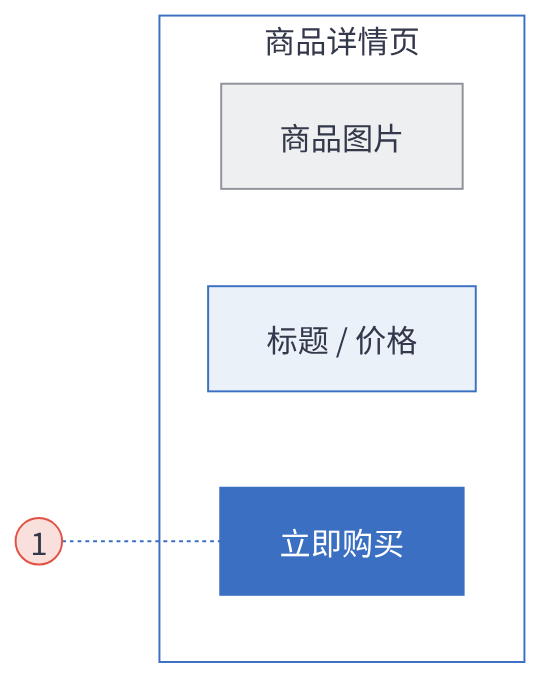
huang-hee/diagram-kit keeps this Mermaid diagram as docs/assets/wireframe.png. Above is the earlier version. Its source is kept beside it as docs/assets/wireframe.mmd. Source of this version:
```mermaid
---
config:
  theme: base
  fontFamily: "PingFang SC, Microsoft YaHei, Noto Sans CJK SC, Source Han Sans SC, sans-serif"
  themeVariables:
    background: "#FFFFFF"
    primaryColor: "#FFFFFF"
    primaryBorderColor: "#3B6FC2"
    primaryTextColor: "#33384A"
    nodeTextColor: "#33384A"
    secondaryColor: "#FBDBD1"
    tertiaryColor: "#EBF1F9"
    lineColor: "#3B6FC2"
    textColor: "#33384A"
    clusterBkg: "#EBF1F9"
    clusterBorder: "#3B6FC2"
    edgeLabelBackground: "#FFFFFF"
    titleColor: "#33384A"
    noteBkgColor: "#FFF6CE"
    noteBorderColor: "#A6A086"
    noteTextColor: "#33384A"
---
flowchart LR
  subgraph PAGE[商品详情页]
    IMG[商品图片]:::block
    INFO[标题 / 价格]:::component
    BTN[立即购买]:::primaryBtn
  end
  M1((1)):::marker -.- BTN
  class PAGE canvas
classDef canvas fill:#FFFFFF,stroke:#3B6FC2,color:#33384A
classDef block fill:#EEEFF0,stroke:#8F929B,color:#33384A
classDef primaryBtn fill:#3B6FC2,stroke:#3B6FC2,color:#FFFFFF,stroke-width:2px
classDef component fill:#EBF1F9,stroke:#3B6FC2,color:#33384A
classDef marker fill:#FAE0DD,stroke:#E35144,color:#33384A
```
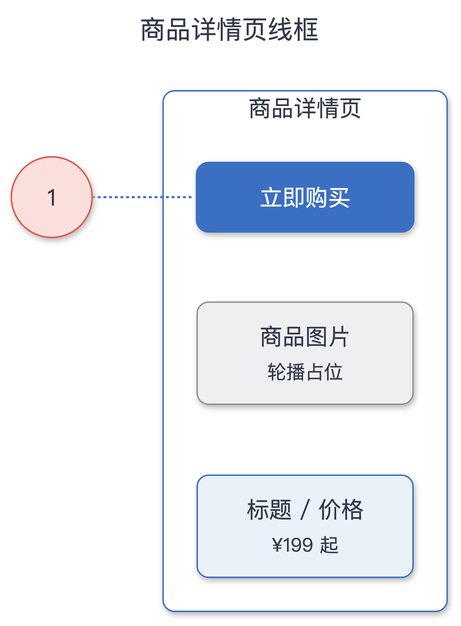
Above is the later version.

What changed in the source:
```diff
@@ -1,7 +1,14 @@
 ---
+title: "商品详情页线框"
 config:
   theme: base
   fontFamily: "PingFang SC, Microsoft YaHei, Noto Sans CJK SC, Source Han Sans SC, sans-serif"
+  flowchart:
+    curve: "step"
+    nodeSpacing: 50
+    rankSpacing: 60
+    padding: 12
+    wrappingWidth: 300
   themeVariables:
     background: "#FFFFFF"
     primaryColor: "#FFFFFF"
@@ -22,14 +29,15 @@
 ---
 flowchart LR
   subgraph PAGE[商品详情页]
-    IMG[商品图片]:::block
-    INFO[标题 / 价格]:::component
+    IMG["商品图片<br><small>轮播占位</small>"]:::block
+    INFO["标题 / 价格<br><small>¥199 起</small>"]:::component
     BTN[立即购买]:::primaryBtn
   end
   M1((1)):::marker -.- BTN
   class PAGE canvas
-classDef canvas fill:#FFFFFF,stroke:#3B6FC2,color:#33384A
-classDef block fill:#EEEFF0,stroke:#8F929B,color:#33384A
-classDef primaryBtn fill:#3B6FC2,stroke:#3B6FC2,color:#FFFFFF,stroke-width:2px
-classDef component fill:#EBF1F9,stroke:#3B6FC2,color:#33384A
-classDef marker fill:#FAE0DD,stroke:#E35144,color:#33384A
+classDef canvas fill:#FFFFFF,stroke:#3B6FC2,color:#33384A,rx:8,ry:8
+classDef block fill:#EEEFF0,stroke:#8F929B,color:#33384A,rx:8,ry:8
+classDef primaryBtn fill:#3B6FC2,stroke:#3B6FC2,color:#FFFFFF,stroke-width:2px,rx:8,ry:8
+classDef component fill:#EBF1F9,stroke:#3B6FC2,color:#33384A,rx:8,ry:8
+classDef marker fill:#FAE0DD,stroke:#E35144,color:#33384A,rx:8,ry:8
+linkStyle default stroke-width:1.5px
```
